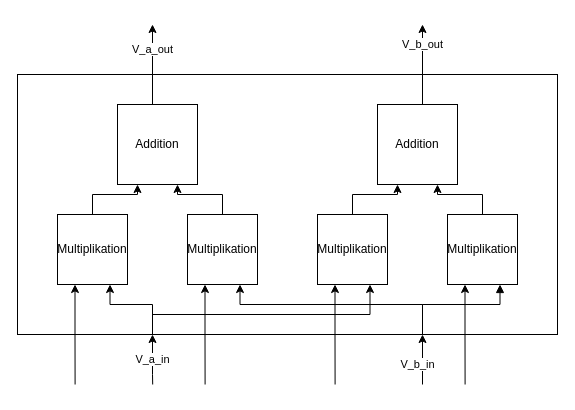
The draw.io diagram Untitled Diagram.drawio in Sanotsch2003/FPGAQuantumComputerSimulatorAccelerator, before the edit. Source tidied: cells renumbered, new cells numbered last; positions are measured from the earlier drawing's top-left corner, leaving out a move shared by most shapes. Both pictures are drawn from the tidied source at 100%, with x=0, y=0 at pixel (17, 24).
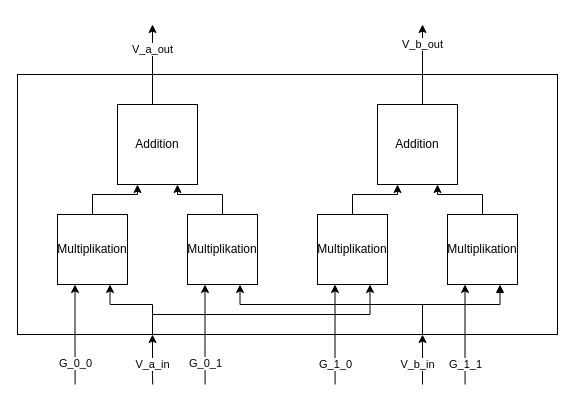
The same page after the edit.

Unchanged cells that the change refers to:
```xml
<mxCell id="7" style="whiteSpace=wrap;html=1;labelBackgroundColor=none;align=center;verticalAlign=middle;fontFamily=Helvetica;fontSize=12;" parent="1" vertex="1">
  <mxGeometry y="50" width="540" height="260" as="geometry" />
</mxCell>
<mxCell id="11" value="Multiplikation" style="whiteSpace=wrap;html=1;align=center;verticalAlign=middle;fontFamily=Helvetica;fontSize=12;labelBackgroundColor=none;" parent="1" vertex="1">
  <mxGeometry x="430" y="190" width="70" height="70" as="geometry" />
</mxCell>
<mxCell id="15" value="Multiplikation" style="whiteSpace=wrap;html=1;align=center;verticalAlign=middle;fontFamily=Helvetica;fontSize=12;labelBackgroundColor=none;" parent="1" vertex="1">
  <mxGeometry x="170" y="190" width="70" height="70" as="geometry" />
</mxCell>
<mxCell id="19" value="Multiplikation" style="whiteSpace=wrap;html=1;align=center;verticalAlign=middle;fontFamily=Helvetica;fontSize=12;labelBackgroundColor=none;" parent="1" vertex="1">
  <mxGeometry x="40" y="190" width="70" height="70" as="geometry" />
</mxCell>
<mxCell id="23" value="Multiplikation" style="whiteSpace=wrap;html=1;align=center;verticalAlign=middle;fontFamily=Helvetica;fontSize=12;labelBackgroundColor=none;" parent="1" vertex="1">
  <mxGeometry x="300" y="190" width="70" height="70" as="geometry" />
</mxCell>
```

What changed in the source:
```diff
@@
     <mxCell id="5" value="V_a_in" style="edgeStyle=orthogonalEdgeStyle;rounded=0;jettySize=auto;html=1;exitX=0.25;exitY=1;exitDx=0;exitDy=0;startArrow=classic;startFill=1;endArrow=none;endFill=0;labelBackgroundColor=default;fontColor=default;" parent="1" edge="1" source="7">
-      <mxGeometry relative="1" as="geometry">
+      <mxGeometry x="0.2" relative="1" as="geometry">
         <mxPoint x="135.2" y="360" as="targetPoint" />
         <Array as="points">
           <mxPoint x="135" y="350" />
           <mxPoint x="135" y="350" />
         </Array>
       </mxGeometry>
     </mxCell>
@@
-    <mxCell id="9" style="edgeStyle=orthogonalEdgeStyle;rounded=0;jettySize=auto;html=1;exitX=0.25;exitY=1;exitDx=0;exitDy=0;startArrow=classic;startFill=1;endArrow=none;endFill=0;" parent="1" edge="1" source="11">
-      <mxGeometry relative="1" as="geometry">
+    <mxCell id="9" value="G_1_1" style="edgeStyle=orthogonalEdgeStyle;rounded=0;jettySize=auto;html=1;exitX=0.25;exitY=1;exitDx=0;exitDy=0;startArrow=classic;startFill=1;endArrow=none;endFill=0;" parent="1" edge="1" source="11">
+      <mxGeometry x="0.6" relative="1" as="geometry">
         <mxPoint x="447.6" y="360" as="targetPoint" />
+        <Array as="points">
+          <mxPoint x="448" y="340" />
+          <mxPoint x="448" y="340" />
+        </Array>
       </mxGeometry>
     </mxCell>
@@
-    <mxCell id="13" style="edgeStyle=orthogonalEdgeStyle;rounded=0;jettySize=auto;html=1;exitX=0.25;exitY=1;exitDx=0;exitDy=0;startArrow=classic;startFill=1;endArrow=none;endFill=0;" parent="1" edge="1" source="15">
-      <mxGeometry relative="1" as="geometry">
+    <mxCell id="13" value="G_0_1" style="edgeStyle=orthogonalEdgeStyle;rounded=0;jettySize=auto;html=1;exitX=0.25;exitY=1;exitDx=0;exitDy=0;startArrow=classic;startFill=1;endArrow=none;endFill=0;" parent="1" edge="1" source="15">
+      <mxGeometry x="0.6" relative="1" as="geometry">
         <mxPoint x="187.6" y="360" as="targetPoint" />
       </mxGeometry>
     </mxCell>
@@
-    <mxCell id="17" style="edgeStyle=orthogonalEdgeStyle;rounded=0;jettySize=auto;html=1;exitX=0.25;exitY=1;exitDx=0;exitDy=0;labelBackgroundColor=none;fontColor=default;startArrow=classic;startFill=1;endArrow=none;endFill=0;" parent="1" edge="1" source="19">
-      <mxGeometry relative="1" as="geometry">
+    <mxCell id="17" value="G_0_0" style="edgeStyle=orthogonalEdgeStyle;rounded=0;jettySize=auto;html=1;exitX=0.25;exitY=1;exitDx=0;exitDy=0;labelBackgroundColor=default;fontColor=default;startArrow=classic;startFill=1;endArrow=none;endFill=0;" parent="1" edge="1" source="19">
+      <mxGeometry x="0.6" relative="1" as="geometry">
         <mxPoint x="57.6" y="360" as="targetPoint" />
       </mxGeometry>
     </mxCell>
@@
-    <mxCell id="21" style="edgeStyle=orthogonalEdgeStyle;rounded=0;jettySize=auto;html=1;exitX=0.25;exitY=1;exitDx=0;exitDy=0;startArrow=classic;startFill=1;endArrow=none;endFill=0;" parent="1" edge="1" source="23">
-      <mxGeometry relative="1" as="geometry">
+    <mxCell id="21" value="G_1_0" style="edgeStyle=orthogonalEdgeStyle;rounded=0;jettySize=auto;html=1;exitX=0.25;exitY=1;exitDx=0;exitDy=0;startArrow=classic;startFill=1;endArrow=none;endFill=0;" parent="1" edge="1" source="23">
+      <mxGeometry x="0.6" relative="1" as="geometry">
         <mxPoint x="317.6" y="360" as="targetPoint" />
+        <Array as="points">
+          <mxPoint x="318" y="330" />
+          <mxPoint x="318" y="330" />
+        </Array>
       </mxGeometry>
     </mxCell>
```
